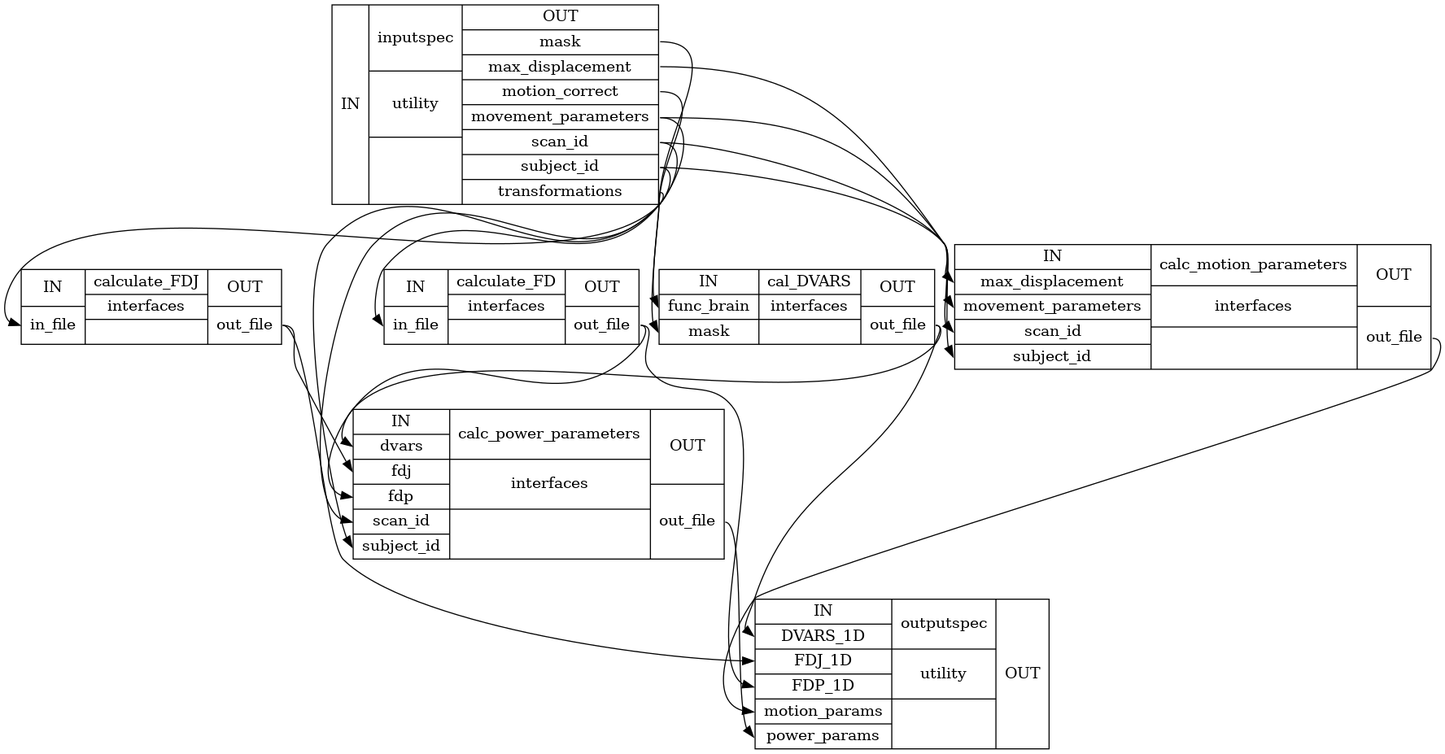
The Graphviz diagram docs/nightly/developer/workflows/images/generated/motion_statistics_detailed.png in FCP-INDI/fcp-indi.github.io, before a commit. Its source is kept beside it as docs/nightly/developer/workflows/images/generated/motion_statistics_detailed.dot.
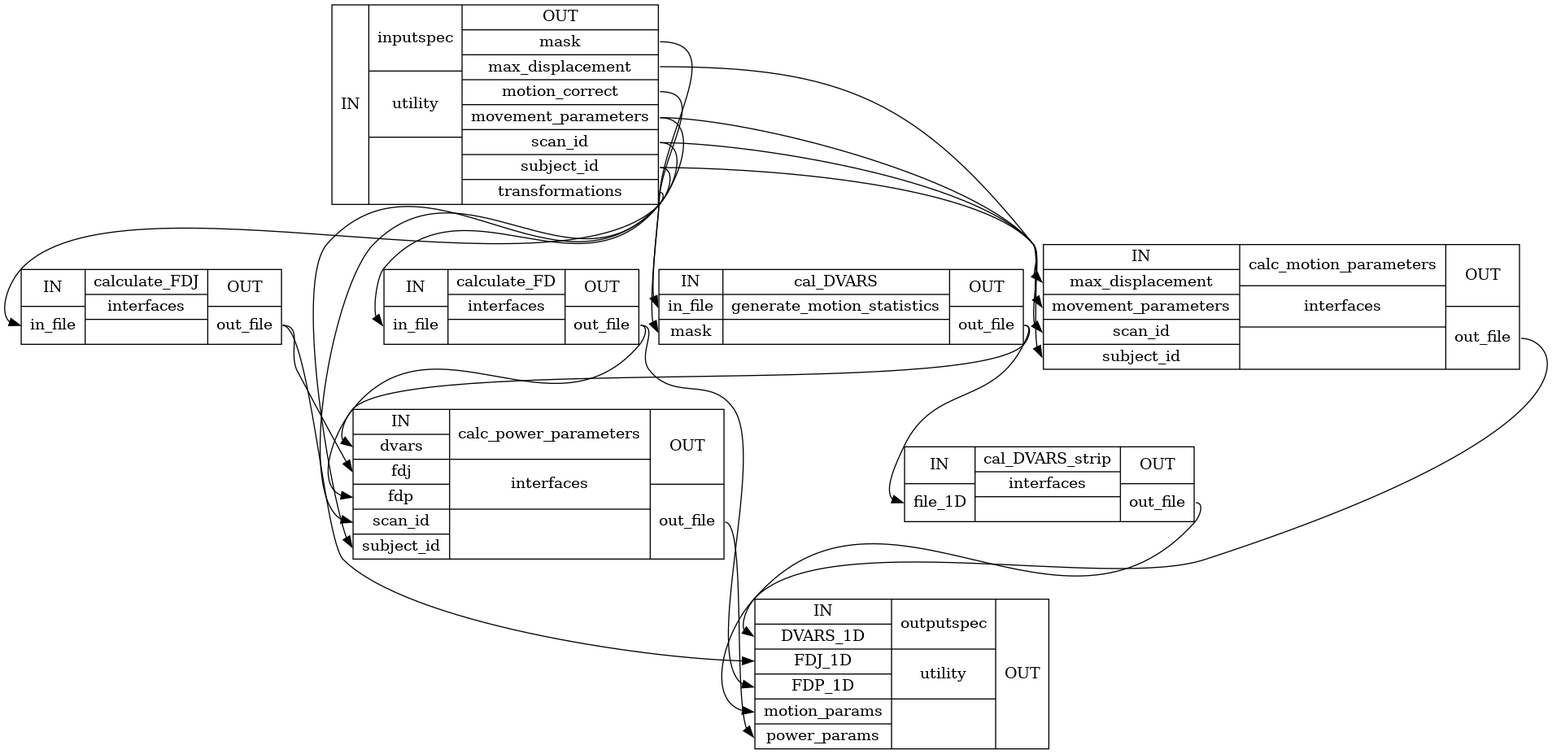
After the commit.

Change to the diagram source:
```diff
@@ -4,11 +4,13 @@
 motion_statscalc_motion_parameters [label="{IN|<inmaxdisplacement> max_displacement|<inmovementparameters> movement_parameters|<inscanid> scan_id|<insubjectid> subject_id}|{ calc_motion_parameters | interfaces |  }|{OUT|<outoutfile> out_file}"];
 motion_statscalculate_FDJ [label="{IN|<ininfile> in_file}|{ calculate_FDJ | interfaces |  }|{OUT|<outoutfile> out_file}"];
 motion_statscalculate_FD [label="{IN|<ininfile> in_file}|{ calculate_FD | interfaces |  }|{OUT|<outoutfile> out_file}"];
-motion_statscal_DVARS [label="{IN|<infuncbrain> func_brain|<inmask> mask}|{ cal_DVARS | interfaces |  }|{OUT|<outoutfile> out_file}"];
+motion_statscal_DVARS [label="{IN|<ininfile> in_file|<inmask> mask}|{ cal_DVARS | generate_motion_statistics |  }|{OUT|<outoutfile> out_file}"];
 motion_statscalc_power_parameters [label="{IN|<indvars> dvars|<infdj> fdj|<infdp> fdp|<inscanid> scan_id|<insubjectid> subject_id}|{ calc_power_parameters | interfaces |  }|{OUT|<outoutfile> out_file}"];
+motion_statscal_DVARS_strip [label="{IN|<infile1D> file_1D}|{ cal_DVARS_strip | interfaces |  }|{OUT|<outoutfile> out_file}"];
 motion_statsoutputspec [label="{IN|<inDVARS1D> DVARS_1D|<inFDJ1D> FDJ_1D|<inFDP1D> FDP_1D|<inmotionparams> motion_params|<inpowerparams> power_params}|{ outputspec | utility |  }|{OUT}"];
+motion_statscal_DVARS:outoutfile:e -> motion_statscal_DVARS_strip:infile1D:w;
 motion_statscal_DVARS:outoutfile:e -> motion_statscalc_power_parameters:indvars:w;
-motion_statscal_DVARS:outoutfile:e -> motion_statsoutputspec:inDVARS1D:w;
+motion_statscal_DVARS_strip:outoutfile:e -> motion_statsoutputspec:inDVARS1D:w;
 motion_statscalc_motion_parameters:outoutfile:e -> motion_statsoutputspec:inmotionparams:w;
 motion_statscalc_power_parameters:outoutfile:e -> motion_statsoutputspec:inpowerparams:w;
 motion_statscalculate_FD:outoutfile:e -> motion_statscalc_power_parameters:infdp:w;
@@ -17,7 +19,7 @@
 motion_statscalculate_FDJ:outoutfile:e -> motion_statsoutputspec:inFDJ1D:w;
 motion_statsinputspec:outmask:e -> motion_statscal_DVARS:inmask:w;
 motion_statsinputspec:outmaxdisplacement:e -> motion_statscalc_motion_parameters:inmaxdisplacement:w;
-motion_statsinputspec:outmotioncorrect:e -> motion_statscal_DVARS:infuncbrain:w;
+motion_statsinputspec:outmotioncorrect:e -> motion_statscal_DVARS:ininfile:w;
 motion_statsinputspec:outmovementparameters:e -> motion_statscalc_motion_parameters:inmovementparameters:w;
 motion_statsinputspec:outmovementparameters:e -> motion_statscalculate_FD:ininfile:w;
 motion_statsinputspec:outscanid:e -> motion_statscalc_motion_parameters:inscanid:w;
```
